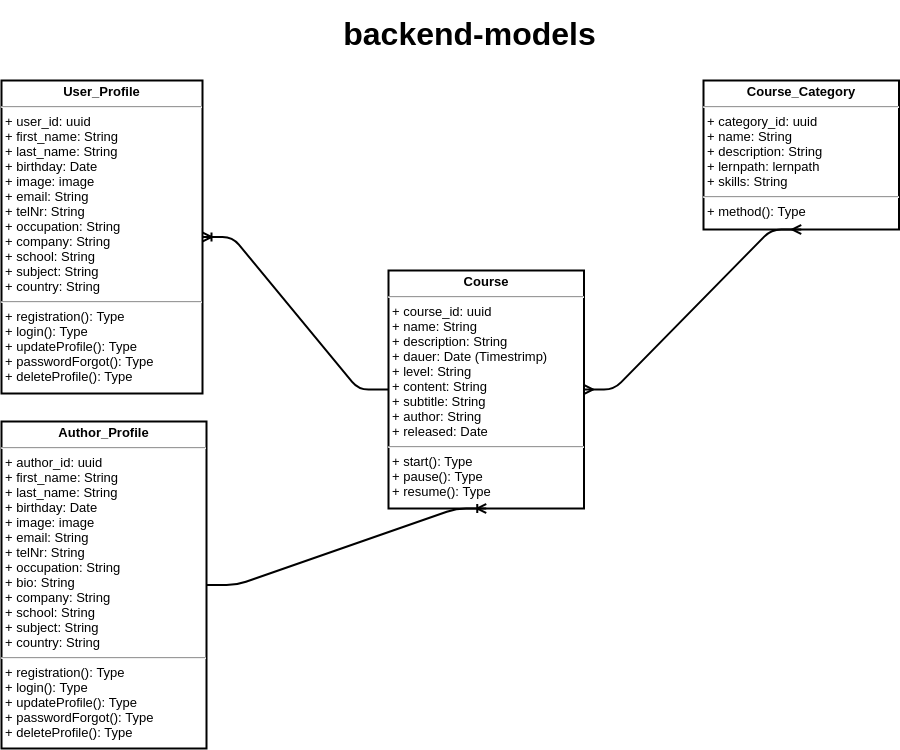
The draw.io diagram backend-models.png in yasin-96/Darshub, before a commit. Source tidied: cells renumbered, new cells last; positions are measured from the earlier drawing's top-left corner, leaving out a move shared by most shapes.
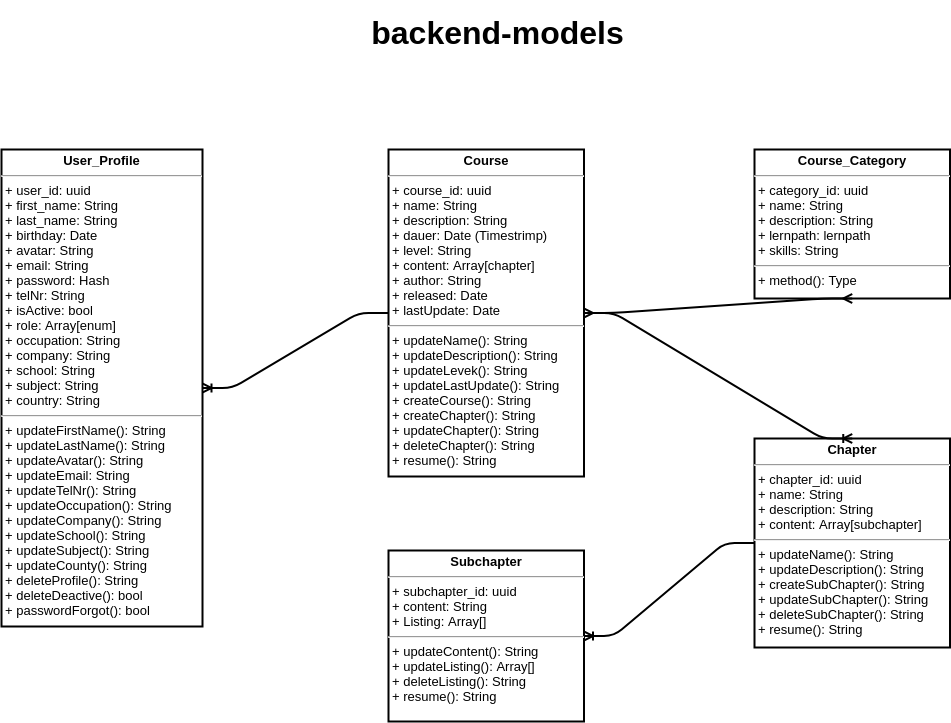
Above is the later version.

Commit message:
update(#20): backend-models updated for Sprint 2

The edit, as a diff of the source:
```diff
@@ -2,14 +2,14 @@
   <root>
     <mxCell id="0" />
     <mxCell id="1" parent="0" />
-    <mxCell id="2" value="&lt;p style=&quot;margin: 4px 0px 0px ; text-align: center ; font-size: 13px&quot;&gt;&lt;span style=&quot;font-size: 13px&quot;&gt;&lt;b&gt;User_Profile&lt;/b&gt;&lt;/span&gt;&lt;/p&gt;&lt;hr style=&quot;font-size: 13px&quot;&gt;&lt;p style=&quot;margin: 0px 0px 0px 4px ; font-size: 13px&quot;&gt;+ user_id: uuid&lt;br style=&quot;font-size: 13px&quot;&gt;+ first_name: String&lt;/p&gt;&lt;p style=&quot;margin: 0px 0px 0px 4px ; font-size: 13px&quot;&gt;+ last_name: String&lt;/p&gt;&lt;p style=&quot;margin: 0px 0px 0px 4px ; font-size: 13px&quot;&gt;&lt;span&gt;+ birthday: Date&lt;/span&gt;&lt;br&gt;&lt;/p&gt;&lt;p style=&quot;margin: 0px 0px 0px 4px ; font-size: 13px&quot;&gt;+ image: image&lt;/p&gt;&lt;p style=&quot;margin: 0px 0px 0px 4px ; font-size: 13px&quot;&gt;+ email: String&lt;br&gt;&lt;/p&gt;&lt;p style=&quot;margin: 0px 0px 0px 4px ; font-size: 13px&quot;&gt;+ telNr: String&lt;/p&gt;&lt;p style=&quot;margin: 0px 0px 0px 4px ; font-size: 13px&quot;&gt;+ occupation: String&lt;/p&gt;&lt;p style=&quot;margin: 0px 0px 0px 4px ; font-size: 13px&quot;&gt;+ company: String&lt;/p&gt;&lt;p style=&quot;margin: 0px 0px 0px 4px ; font-size: 13px&quot;&gt;+ school: String&lt;/p&gt;&lt;p style=&quot;margin: 0px 0px 0px 4px ; font-size: 13px&quot;&gt;+ subject: String&lt;/p&gt;&lt;p style=&quot;margin: 0px 0px 0px 4px ; font-size: 13px&quot;&gt;+ country: String&lt;/p&gt;&lt;hr style=&quot;font-size: 13px&quot;&gt;&lt;p style=&quot;margin: 0px 0px 0px 4px ; font-size: 13px&quot;&gt;+ registration(): Type&lt;/p&gt;&lt;p style=&quot;margin: 0px 0px 0px 4px ; font-size: 13px&quot;&gt;+ login(): Type&lt;/p&gt;&lt;p style=&quot;margin: 0px 0px 0px 4px ; font-size: 13px&quot;&gt;+ updateProfile(): Type&lt;/p&gt;&lt;p style=&quot;margin: 0px 0px 0px 4px ; font-size: 13px&quot;&gt;+ passwordForgot(): Type&lt;/p&gt;&lt;p style=&quot;margin: 0px 0px 0px 4px ; font-size: 13px&quot;&gt;+ deleteProfile(): Type&lt;/p&gt;" style="verticalAlign=top;align=left;overflow=fill;fontSize=13;fontFamily=Helvetica;html=1;fontStyle=0;strokeWidth=2;" parent="1" vertex="1">
-      <mxGeometry y="80" width="201" height="313" as="geometry" />
+    <mxCell id="2" value="&lt;p style=&quot;margin: 4px 0px 0px ; text-align: center ; font-size: 13px&quot;&gt;&lt;span style=&quot;font-size: 13px&quot;&gt;&lt;b&gt;User_Profile&lt;/b&gt;&lt;/span&gt;&lt;/p&gt;&lt;hr style=&quot;font-size: 13px&quot;&gt;&lt;p style=&quot;margin: 0px 0px 0px 4px ; font-size: 13px&quot;&gt;+ user_id: uuid&lt;br style=&quot;font-size: 13px&quot;&gt;+ first_name: String&lt;/p&gt;&lt;p style=&quot;margin: 0px 0px 0px 4px ; font-size: 13px&quot;&gt;+ last_name: String&lt;/p&gt;&lt;p style=&quot;margin: 0px 0px 0px 4px ; font-size: 13px&quot;&gt;&lt;span&gt;+ birthday: Date&lt;/span&gt;&lt;br&gt;&lt;/p&gt;&lt;p style=&quot;margin: 0px 0px 0px 4px ; font-size: 13px&quot;&gt;+ avatar: String&lt;/p&gt;&lt;p style=&quot;margin: 0px 0px 0px 4px ; font-size: 13px&quot;&gt;+ email: String&lt;br&gt;+ password: Hash&lt;/p&gt;&lt;p style=&quot;margin: 0px 0px 0px 4px ; font-size: 13px&quot;&gt;+ telNr: String&lt;br&gt;+ isActive: bool&lt;br&gt;+ role: Array[enum]&lt;/p&gt;&lt;p style=&quot;margin: 0px 0px 0px 4px ; font-size: 13px&quot;&gt;+ occupation: String&lt;/p&gt;&lt;p style=&quot;margin: 0px 0px 0px 4px ; font-size: 13px&quot;&gt;+ company: String&lt;/p&gt;&lt;p style=&quot;margin: 0px 0px 0px 4px ; font-size: 13px&quot;&gt;+ school: String&lt;/p&gt;&lt;p style=&quot;margin: 0px 0px 0px 4px ; font-size: 13px&quot;&gt;+ subject: String&lt;/p&gt;&lt;p style=&quot;margin: 0px 0px 0px 4px ; font-size: 13px&quot;&gt;+ country: String&lt;/p&gt;&lt;hr style=&quot;font-size: 13px&quot;&gt;&lt;p style=&quot;margin: 0px 0px 0px 4px ; font-size: 13px&quot;&gt;&lt;span&gt;+ updateFirstName(): String&lt;/span&gt;&lt;br&gt;&lt;/p&gt;&lt;p style=&quot;margin: 0px 0px 0px 4px ; font-size: 13px&quot;&gt;+ updateLastName(): String&lt;br&gt;+ updateAvatar(): String&lt;br&gt;+ updateEmail: String&lt;br&gt;+ updateTelNr(): String&lt;br&gt;+ updateOccupation(): String&lt;br&gt;+ updateCompany(): String&lt;br&gt;+ updateSchool(): String&lt;br&gt;+ updateSubject(): String&lt;br&gt;+ updateCounty(): String&lt;br&gt;+ deleteProfile(): String&lt;br&gt;+ deleteDeactive(): bool&lt;/p&gt;&lt;p style=&quot;margin: 0px 0px 0px 4px ; font-size: 13px&quot;&gt;+ passwordForgot(): bool&lt;/p&gt;" style="verticalAlign=top;align=left;overflow=fill;fontSize=13;fontFamily=Helvetica;html=1;fontStyle=0;strokeWidth=2;" parent="1" vertex="1">
+      <mxGeometry x="-28" y="149" width="201" height="477" as="geometry" />
     </mxCell>
-    <mxCell id="3" value="&lt;p style=&quot;margin: 4px 0px 0px ; text-align: center ; font-size: 13px&quot;&gt;&lt;span style=&quot;font-size: 13px&quot;&gt;&lt;b&gt;Course&lt;/b&gt;&lt;/span&gt;&lt;/p&gt;&lt;hr style=&quot;font-size: 13px&quot;&gt;&lt;p style=&quot;margin: 0px 0px 0px 4px ; font-size: 13px&quot;&gt;+ course_id: uuid&lt;br style=&quot;font-size: 13px&quot;&gt;+ name: String&lt;/p&gt;&lt;p style=&quot;margin: 0px 0px 0px 4px ; font-size: 13px&quot;&gt;+ description: String&lt;/p&gt;&lt;p style=&quot;margin: 0px 0px 0px 4px ; font-size: 13px&quot;&gt;+ dauer: Date (Timestrimp)&lt;/p&gt;&lt;p style=&quot;margin: 0px 0px 0px 4px ; font-size: 13px&quot;&gt;+ level: String&lt;/p&gt;&lt;p style=&quot;margin: 0px 0px 0px 4px ; font-size: 13px&quot;&gt;+ content: String&lt;/p&gt;&lt;p style=&quot;margin: 0px 0px 0px 4px ; font-size: 13px&quot;&gt;+ subtitle: String&lt;/p&gt;&lt;p style=&quot;margin: 0px 0px 0px 4px ; font-size: 13px&quot;&gt;+ author: String&lt;/p&gt;&lt;p style=&quot;margin: 0px 0px 0px 4px ; font-size: 13px&quot;&gt;+ released: Date&lt;/p&gt;&lt;hr style=&quot;font-size: 13px&quot;&gt;&lt;p style=&quot;margin: 0px 0px 0px 4px ; font-size: 13px&quot;&gt;+ start(): Type&lt;/p&gt;&lt;p style=&quot;margin: 0px 0px 0px 4px ; font-size: 13px&quot;&gt;+ pause(): Type&lt;/p&gt;&lt;p style=&quot;margin: 0px 0px 0px 4px ; font-size: 13px&quot;&gt;+ resume(): Type&lt;/p&gt;" style="verticalAlign=top;align=left;overflow=fill;fontSize=13;fontFamily=Helvetica;html=1;fontStyle=0;strokeWidth=2;" parent="1" vertex="1">
-      <mxGeometry x="387" y="270" width="195.5" height="238" as="geometry" />
+    <mxCell id="3" value="&lt;p style=&quot;margin: 4px 0px 0px ; text-align: center ; font-size: 13px&quot;&gt;&lt;span style=&quot;font-size: 13px&quot;&gt;&lt;b&gt;Course&lt;/b&gt;&lt;/span&gt;&lt;/p&gt;&lt;hr style=&quot;font-size: 13px&quot;&gt;&lt;p style=&quot;margin: 0px 0px 0px 4px ; font-size: 13px&quot;&gt;+ course_id: uuid&lt;br style=&quot;font-size: 13px&quot;&gt;+ name: String&lt;/p&gt;&lt;p style=&quot;margin: 0px 0px 0px 4px ; font-size: 13px&quot;&gt;+ description: String&lt;/p&gt;&lt;p style=&quot;margin: 0px 0px 0px 4px ; font-size: 13px&quot;&gt;+ dauer: Date (Timestrimp)&lt;/p&gt;&lt;p style=&quot;margin: 0px 0px 0px 4px ; font-size: 13px&quot;&gt;+ level: String&lt;/p&gt;&lt;p style=&quot;margin: 0px 0px 0px 4px ; font-size: 13px&quot;&gt;+ content: Array[chapter]&lt;/p&gt;&lt;p style=&quot;margin: 0px 0px 0px 4px ; font-size: 13px&quot;&gt;+ author: String&lt;/p&gt;&lt;p style=&quot;margin: 0px 0px 0px 4px ; font-size: 13px&quot;&gt;+ released: Date&lt;br&gt;+ lastUpdate: Date&lt;/p&gt;&lt;hr style=&quot;font-size: 13px&quot;&gt;&lt;p style=&quot;margin: 0px 0px 0px 4px&quot;&gt;+ updateName(): String&lt;br&gt;+ updateDescription(): String&lt;br&gt;+ updateLevek(): String&lt;br&gt;+ updateLastUpdate(): String&lt;br&gt;+ createCourse(): String&lt;br&gt;+ createChapter(): String&lt;br&gt;+ updateChapter(): String&lt;br&gt;+ deleteChapter(): String&lt;/p&gt;&lt;p style=&quot;margin: 0px 0px 0px 4px&quot;&gt;+ resume(): String&lt;/p&gt;" style="verticalAlign=top;align=left;overflow=fill;fontSize=13;fontFamily=Helvetica;html=1;fontStyle=0;strokeWidth=2;" parent="1" vertex="1">
+      <mxGeometry x="359" y="149" width="195.5" height="327" as="geometry" />
     </mxCell>
     <mxCell id="4" value="&lt;p style=&quot;margin: 4px 0px 0px ; text-align: center ; font-size: 13px&quot;&gt;&lt;span style=&quot;font-size: 13px&quot;&gt;&lt;b&gt;Course_Category&lt;/b&gt;&lt;/span&gt;&lt;/p&gt;&lt;hr style=&quot;font-size: 13px&quot;&gt;&lt;p style=&quot;margin: 0px 0px 0px 4px ; font-size: 13px&quot;&gt;+ category_id: uuid&lt;br style=&quot;font-size: 13px&quot;&gt;+ name: String&lt;/p&gt;&lt;p style=&quot;margin: 0px 0px 0px 4px ; font-size: 13px&quot;&gt;+ description: String&lt;/p&gt;&lt;p style=&quot;margin: 0px 0px 0px 4px ; font-size: 13px&quot;&gt;+ lernpath: lernpath&lt;/p&gt;&lt;p style=&quot;margin: 0px 0px 0px 4px ; font-size: 13px&quot;&gt;+ skills: String&lt;/p&gt;&lt;hr style=&quot;font-size: 13px&quot;&gt;&lt;p style=&quot;margin: 0px 0px 0px 4px ; font-size: 13px&quot;&gt;+ method(): Type&lt;/p&gt;" style="verticalAlign=top;align=left;overflow=fill;fontSize=13;fontFamily=Helvetica;html=1;fontStyle=0;strokeWidth=2;" parent="1" vertex="1">
-      <mxGeometry x="702" y="80" width="195.5" height="149" as="geometry" />
+      <mxGeometry x="725" y="149" width="195.5" height="149" as="geometry" />
     </mxCell>
     <mxCell id="5" style="edgeStyle=entityRelationEdgeStyle;fontSize=12;html=1;endArrow=ERmany;startArrow=ERmany;entryX=0.5;entryY=1;entryDx=0;entryDy=0;exitX=1;exitY=0.5;exitDx=0;exitDy=0;strokeWidth=2;" parent="1" edge="1" source="3" target="4">
       <mxGeometry relative="1" as="geometry" />
@@ -20,11 +20,17 @@
     <mxCell id="7" style="edgeStyle=entityRelationEdgeStyle;fontSize=12;html=1;endArrow=ERoneToMany;entryX=1;entryY=0.5;entryDx=0;entryDy=0;exitX=0;exitY=0.5;exitDx=0;exitDy=0;strokeWidth=2;" parent="1" edge="1" source="3" target="2">
       <mxGeometry relative="1" as="geometry" />
     </mxCell>
-    <mxCell id="8" value="&lt;p style=&quot;margin: 4px 0px 0px ; text-align: center ; font-size: 13px&quot;&gt;&lt;span style=&quot;font-size: 13px&quot;&gt;&lt;b&gt;Author_Profile&lt;/b&gt;&lt;/span&gt;&lt;/p&gt;&lt;hr style=&quot;font-size: 13px&quot;&gt;&lt;p style=&quot;margin: 0px 0px 0px 4px ; font-size: 13px&quot;&gt;+ author_id: uuid&lt;br style=&quot;font-size: 13px&quot;&gt;+ first_name: String&lt;/p&gt;&lt;p style=&quot;margin: 0px 0px 0px 4px ; font-size: 13px&quot;&gt;+ last_name: String&lt;/p&gt;&lt;p style=&quot;margin: 0px 0px 0px 4px&quot;&gt;&lt;span&gt;+ birthday: Date&lt;/span&gt;&lt;br&gt;&lt;/p&gt;&lt;p style=&quot;margin: 0px 0px 0px 4px&quot;&gt;+ image: image&lt;/p&gt;&lt;p style=&quot;margin: 0px 0px 0px 4px&quot;&gt;+ email: String&lt;br&gt;&lt;/p&gt;&lt;p style=&quot;margin: 0px 0px 0px 4px&quot;&gt;+ telNr: String&lt;/p&gt;&lt;p style=&quot;margin: 0px 0px 0px 4px ; font-size: 13px&quot;&gt;&lt;span style=&quot;font-size: 13px&quot;&gt;+ occupation: String&lt;/span&gt;&lt;br style=&quot;font-size: 13px&quot;&gt;&lt;/p&gt;&lt;p style=&quot;margin: 0px 0px 0px 4px ; font-size: 13px&quot;&gt;&lt;span style=&quot;font-size: 13px&quot;&gt;+ bio: String&lt;/span&gt;&lt;/p&gt;&lt;p style=&quot;margin: 0px 0px 0px 4px ; font-size: 13px&quot;&gt;+ company: String&lt;/p&gt;&lt;p style=&quot;margin: 0px 0px 0px 4px ; font-size: 13px&quot;&gt;+ school: String&lt;/p&gt;&lt;p style=&quot;margin: 0px 0px 0px 4px ; font-size: 13px&quot;&gt;+ subject: String&lt;br&gt;&lt;/p&gt;&lt;p style=&quot;margin: 0px 0px 0px 4px ; font-size: 13px&quot;&gt;+ country: String&lt;/p&gt;&lt;hr style=&quot;font-size: 13px&quot;&gt;&lt;p style=&quot;margin: 0px 0px 0px 4px ; font-size: 13px&quot;&gt;+ registration(): Type&lt;/p&gt;&lt;p style=&quot;margin: 0px 0px 0px 4px ; font-size: 13px&quot;&gt;+ login(): Type&lt;/p&gt;&lt;p style=&quot;margin: 0px 0px 0px 4px ; font-size: 13px&quot;&gt;+ updateProfile(): Type&lt;/p&gt;&lt;p style=&quot;margin: 0px 0px 0px 4px ; font-size: 13px&quot;&gt;+ passwordForgot(): Type&lt;/p&gt;&lt;p style=&quot;margin: 0px 0px 0px 4px ; font-size: 13px&quot;&gt;+ deleteProfile(): Type&lt;/p&gt;" style="verticalAlign=top;align=left;overflow=fill;fontSize=13;fontFamily=Helvetica;html=1;fontStyle=0;strokeWidth=2;" parent="1" vertex="1">
-      <mxGeometry y="421" width="205" height="327" as="geometry" />
-    </mxCell>
-    <mxCell id="9" style="edgeStyle=entityRelationEdgeStyle;fontSize=12;html=1;endArrow=ERoneToMany;exitX=1;exitY=0.5;exitDx=0;exitDy=0;entryX=0.5;entryY=1;entryDx=0;entryDy=0;strokeWidth=2;" parent="1" edge="1" source="8" target="3">
-      <mxGeometry relative="1" as="geometry" />
+    <mxCell id="9" value="&lt;p style=&quot;margin: 4px 0px 0px ; text-align: center ; font-size: 13px&quot;&gt;&lt;b&gt;Chapter&lt;/b&gt;&lt;/p&gt;&lt;hr style=&quot;font-size: 13px&quot;&gt;&lt;p style=&quot;margin: 0px 0px 0px 4px ; font-size: 13px&quot;&gt;+ chapter_id: uuid&lt;br&gt;+ name: String&lt;br&gt;+ description: String&lt;br&gt;+ content: Array[subchapter]&lt;br&gt;&lt;/p&gt;&lt;hr style=&quot;font-size: 13px&quot;&gt;&lt;p style=&quot;margin: 0px 0px 0px 4px ; font-size: 13px&quot;&gt;+ updateName(): String&lt;br&gt;+ updateDescription(): String&lt;br&gt;+ createSubChapter(): String&lt;br&gt;+ updateSubChapter(): String&lt;br&gt;+ deleteSubChapter(): String&lt;/p&gt;&lt;p style=&quot;margin: 0px 0px 0px 4px ; font-size: 13px&quot;&gt;+ resume(): String&lt;/p&gt;" style="verticalAlign=top;align=left;overflow=fill;fontSize=13;fontFamily=Helvetica;html=1;fontStyle=0;strokeWidth=2;" parent="1" vertex="1">
+      <mxGeometry x="725" y="438" width="195.5" height="209" as="geometry" />
     </mxCell>
+    <mxCell id="10" value="&lt;p style=&quot;margin: 4px 0px 0px ; text-align: center ; font-size: 13px&quot;&gt;&lt;b&gt;Subchapter&lt;/b&gt;&lt;/p&gt;&lt;hr style=&quot;font-size: 13px&quot;&gt;&lt;p style=&quot;margin: 0px 0px 0px 4px ; font-size: 13px&quot;&gt;+ subchapter_id: uuid&lt;br&gt;+ content: String&lt;br&gt;+ Listing: Array[]&lt;/p&gt;&lt;hr style=&quot;font-size: 13px&quot;&gt;&lt;p style=&quot;margin: 0px 0px 0px 4px&quot;&gt;+ updateContent(): String&lt;br&gt;+ updateListing(): Array[]&lt;br&gt;+ deleteListing(): String&lt;/p&gt;&lt;p style=&quot;margin: 0px 0px 0px 4px&quot;&gt;+ resume(): String&lt;/p&gt;" style="verticalAlign=top;align=left;overflow=fill;fontSize=13;fontFamily=Helvetica;html=1;fontStyle=0;strokeWidth=2;" parent="1" vertex="1">
+      <mxGeometry x="359" y="550" width="195.5" height="171" as="geometry" />
+    </mxCell>
+    <mxCell id="11" style="edgeStyle=entityRelationEdgeStyle;fontSize=12;html=1;endArrow=ERoneToMany;entryX=1;entryY=0.5;entryDx=0;entryDy=0;exitX=0;exitY=0.5;exitDx=0;exitDy=0;strokeWidth=2;" parent="1" edge="1" source="9" target="10">
+      <mxGeometry relative="1" as="geometry" />
+    </mxCell>
+    <mxCell id="12" style="edgeStyle=entityRelationEdgeStyle;fontSize=12;html=1;endArrow=ERoneToMany;entryX=0.5;entryY=0;entryDx=0;entryDy=0;strokeWidth=2;" parent="1" edge="1" source="3" target="9">
+      <mxGeometry relative="1" as="geometry" />
+    </mxCell>
   </root>
 </mxGraphModel>
```
